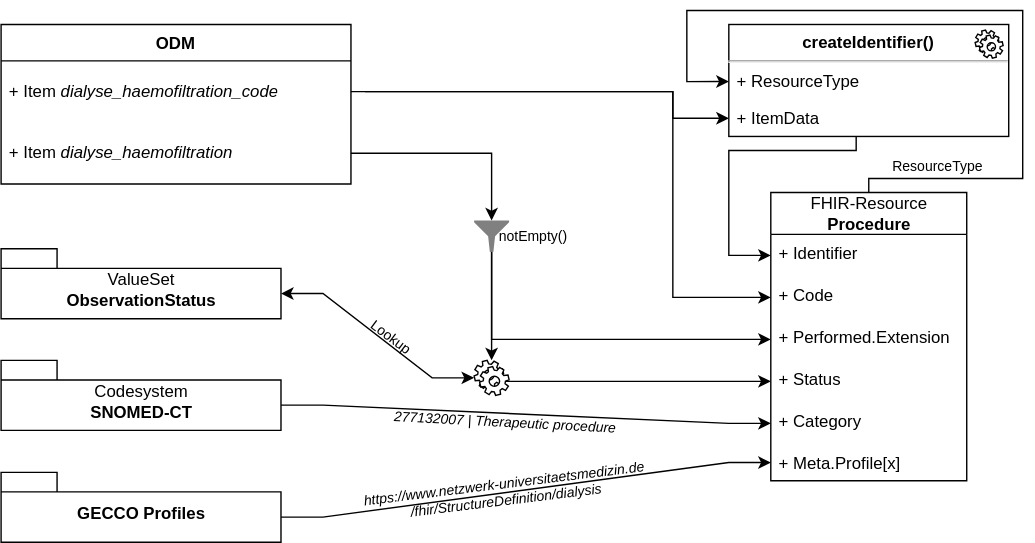
Above: docs/diagrams/svg/therapy/DialysisHemofiltration.svg in num-codex/odm2fhir (draw.io), before the change. Source tidied: cells renumbered, new cells last; positions are measured from the earlier drawing's top-left corner, leaving out a move shared by most shapes. The source it was exported from:
```xml
<mxGraphModel>
  <root>
    <mxCell id="0" />
    <mxCell id="1" parent="0" />
    <mxCell id="2" value="&lt;p style=&quot;margin: 0px ; margin-top: 6px ; text-align: center&quot;&gt;&lt;b&gt;createIdentifier()&lt;/b&gt;&lt;/p&gt;&lt;hr&gt;&lt;p style=&quot;margin: 0px ; margin-left: 8px&quot;&gt;&lt;span style=&quot;color: rgba(0 , 0 , 0 , 0) ; font-family: monospace ; font-size: 0px&quot;&gt;%3CmxGraphModel%3E%3Croot%3E%3CmxCell%20id%3D%220%22%2F%3E%3CmxCell%20id%3D%221%22%20parent%3D%220%22%2F%3E%3CmxCell%20id%3D%222%22%20value%3D%22%2B%20Id%22%20style%3D%22text%3BstrokeColor%3Dnone%3BfillColor%3Dnone%3Balign%3Dleft%3BverticalAlign%3Dtop%3BspacingLeft%3D4%3BspacingRight%3D4%3Boverflow%3Dhidden%3Brotatable%3D0%3Bpoints%3D%5B%5B0%2C0.5%5D%2C%5B1%2C0.5%5D%5D%3BportConstraint%3Deastwest%3B%22%20vertex%3D%221%22%20parent%3D%221%22%3E%3CmxGeometry%20x%3D%22520%22%20y%3D%22270%22%20width%3D%22140%22%20height%3D%2230%22%20as%3D%22geometry%22%2F%3E%3C%2FmxCell%3E%3CmxCell%20id%3D%223%22%20value%3D%22%2B%20Identifier%22%20style%3D%22text%3BstrokeColor%3Dnone%3BfillColor%3Dnone%3Balign%3Dleft%3BverticalAlign%3Dtop%3BspacingLeft%3D4%3BspacingRight%3D4%3Boverflow%3Dhidden%3Brotatable%3D0%3Bpoints%3D%5B%5B0%2C0.5%5D%2C%5B1%2C0.5%5D%5D%3BportConstraint%3Deastwest%3B%22%20vertex%3D%221%22%20parent%3D%221%22%3E%3CmxGeometry%20x%3D%22520%22%20y%3D%22300%22%20width%3D%22140%22%20height%3D%2230%22%20as%3D%22geometry%22%2F%3E%3C%2FmxCell%3E%3C%2Froot%3E%3C%2FmxGraphModel%3E&lt;/span&gt;&lt;br&gt;&lt;/p&gt;" style="align=left;overflow=fill;html=1;labelBorderColor=none;" parent="1" vertex="1">
      <mxGeometry x="520" y="10" width="200" height="80" as="geometry" />
    </mxCell>
    <mxCell id="3" style="shape=mxgraph.bpmn.service_task;html=1;fontFamily=Helvetica;fontSize=12;fontColor=#000000;align=center;strokeColor=#000000;fillColor=#ffffff;" parent="2" vertex="1">
      <mxGeometry x="1" width="20" height="20" relative="1" as="geometry">
        <mxPoint x="-24" y="4" as="offset" />
      </mxGeometry>
    </mxCell>
    <mxCell id="4" value="+ ItemData" style="text;strokeColor=none;fillColor=none;align=left;verticalAlign=top;spacingLeft=4;spacingRight=4;overflow=hidden;points=[[0,0.5],[1,0.5]];portConstraint=eastwest;" parent="1" vertex="1">
      <mxGeometry x="520" y="63.5" width="200" height="27" as="geometry" />
    </mxCell>
    <mxCell id="5" style="edgeStyle=orthogonalEdgeStyle;rounded=0;jettySize=auto;html=1;exitX=0.5;exitY=0;exitDx=0;exitDy=0;entryX=0;entryY=0.5;entryDx=0;entryDy=0;" parent="1" edge="1" source="7" target="32">
      <mxGeometry relative="1" as="geometry">
        <Array as="points">
          <mxPoint x="620" y="120" />
          <mxPoint x="730" y="120" />
          <mxPoint x="730" />
          <mxPoint x="490" />
          <mxPoint x="490" y="51" />
        </Array>
      </mxGeometry>
    </mxCell>
    <mxCell id="6" value="ResourceType" style="edgeLabel;html=1;align=center;verticalAlign=middle;fontSize=10;" parent="5" vertex="1">
      <mxGeometry x="-0.89" y="-1" relative="1" as="geometry">
        <mxPoint x="26.8" y="-11" as="offset" />
      </mxGeometry>
    </mxCell>
    <mxCell id="7" value="&lt;span style=&quot;font-weight: normal&quot;&gt;FHIR-Resource&lt;/span&gt;&lt;br&gt;Procedure" style="swimlane;fontStyle=1;horizontal=1;startSize=30;fillColor=none;html=1;" parent="1" vertex="1">
      <mxGeometry x="550" y="130" width="140" height="206" as="geometry" />
    </mxCell>
    <mxCell id="8" value="+ Identifier" style="text;strokeColor=none;fillColor=none;align=left;verticalAlign=top;spacingLeft=4;spacingRight=4;overflow=hidden;points=[[0,0.5],[1,0.5]];portConstraint=eastwest;" parent="7" vertex="1">
      <mxGeometry y="30" width="140" height="30" as="geometry" />
    </mxCell>
    <mxCell id="9" value="+ Code" style="text;strokeColor=none;fillColor=none;align=left;verticalAlign=top;spacingLeft=4;spacingRight=4;overflow=hidden;points=[[0,0.5],[1,0.5]];portConstraint=eastwest;" parent="7" vertex="1">
      <mxGeometry y="60" width="140" height="30" as="geometry" />
    </mxCell>
    <mxCell id="10" value="+ Performed.Extension" style="text;strokeColor=none;fillColor=none;align=left;verticalAlign=top;spacingLeft=4;spacingRight=4;overflow=hidden;points=[[0,0.5],[1,0.5]];portConstraint=eastwest;" parent="7" vertex="1">
      <mxGeometry y="90" width="140" height="30" as="geometry" />
    </mxCell>
    <mxCell id="11" value="+ Status" style="text;strokeColor=none;fillColor=none;align=left;verticalAlign=top;spacingLeft=4;spacingRight=4;overflow=hidden;points=[[0,0.5],[1,0.5]];portConstraint=eastwest;" parent="7" vertex="1">
      <mxGeometry y="120" width="140" height="30" as="geometry" />
    </mxCell>
    <mxCell id="12" value="+ Category" style="text;strokeColor=none;fillColor=none;align=left;verticalAlign=top;spacingLeft=4;spacingRight=4;overflow=hidden;points=[[0,0.5],[1,0.5]];portConstraint=eastwest;" parent="7" vertex="1">
      <mxGeometry y="150" width="140" height="30" as="geometry" />
    </mxCell>
    <mxCell id="13" value="+ Meta.Profile[x]" style="text;strokeColor=none;fillColor=none;align=left;verticalAlign=top;spacingLeft=4;spacingRight=4;overflow=hidden;points=[[0,0.5],[1,0.5]];portConstraint=eastwest;" parent="7" vertex="1">
      <mxGeometry y="180" width="140" height="26" as="geometry" />
    </mxCell>
    <mxCell id="14" value="ODM" style="swimlane;fontStyle=1;horizontal=1;startSize=26;fillColor=none;" parent="1" vertex="1">
      <mxGeometry y="10" width="250" height="114" as="geometry" />
    </mxCell>
    <mxCell id="15" value="+ Item &lt;i&gt;dialyse_haemofiltration_code&lt;/i&gt;" style="text;strokeColor=none;fillColor=none;align=left;verticalAlign=middle;spacingLeft=4;spacingRight=4;overflow=hidden;points=[[0,0.5],[1,0.5]];portConstraint=eastwest;fontStyle=0;whiteSpace=wrap;html=1;" parent="14" vertex="1">
      <mxGeometry y="26" width="250" height="44" as="geometry" />
    </mxCell>
    <mxCell id="16" value="+ Item &lt;i&gt;dialyse_haemofiltration&lt;/i&gt;" style="text;strokeColor=none;fillColor=none;align=left;verticalAlign=middle;spacingLeft=4;spacingRight=4;overflow=hidden;points=[[0,0.5],[1,0.5]];portConstraint=eastwest;fontStyle=0;whiteSpace=wrap;html=1;" parent="14" vertex="1">
      <mxGeometry y="70" width="250" height="44" as="geometry" />
    </mxCell>
    <mxCell id="17" style="edgeStyle=entityRelationEdgeStyle;rounded=0;jettySize=auto;html=1;exitX=0;exitY=0;exitDx=200;exitDy=32;exitPerimeter=0;entryX=0;entryY=0.5;entryDx=0;entryDy=0;startArrow=none;startFill=0;endArrow=classic;endFill=1;fontStyle=2;" parent="1" edge="1" source="19" target="13">
      <mxGeometry relative="1" as="geometry" />
    </mxCell>
    <mxCell id="18" value="&lt;div&gt;&lt;font style=&quot;font-size: 10px&quot;&gt;&lt;span style=&quot;color: rgb(0 , 0 , 0) ; font-weight: 400 ; letter-spacing: normal ; text-align: center ; text-indent: 0px ; text-transform: none ; word-spacing: 0px ; display: inline ; float: none ; font-size: 10px&quot;&gt;https://www.netzwerk-universitaetsmedizin.de&lt;br&gt;&lt;/span&gt;&lt;/font&gt;&lt;font style=&quot;font-size: 10px&quot;&gt;&lt;span style=&quot;color: rgb(0 , 0 , 0) ; font-weight: 400 ; letter-spacing: normal ; text-align: center ; text-indent: 0px ; text-transform: none ; word-spacing: 0px ; display: inline ; float: none ; font-size: 10px&quot;&gt;/&lt;/span&gt;&lt;span style=&quot;color: rgb(0 , 0 , 0) ; font-weight: 400 ; letter-spacing: normal ; text-align: center ; text-indent: 0px ; text-transform: none ; word-spacing: 0px ; display: inline ; float: none ; font-size: 10px&quot;&gt;fhir/StructureDefinition/dialysis&lt;/span&gt;&lt;/font&gt;&lt;/div&gt;" style="edgeLabel;html=1;align=center;verticalAlign=middle;fontSize=10;rotation=353;fontStyle=2;fontFamily=Helvetica;labelBackgroundColor=none;" parent="17" vertex="1">
      <mxGeometry x="-0.26" y="-1" relative="1" as="geometry">
        <mxPoint x="29.8" y="-5.9" as="offset" />
      </mxGeometry>
    </mxCell>
    <mxCell id="19" value="GECCO Profiles" style="shape=folder;fontStyle=1;spacingTop=10;tabWidth=40;tabHeight=14;tabPosition=left;html=1;" parent="1" vertex="1">
      <mxGeometry y="330" width="200" height="50" as="geometry" />
    </mxCell>
    <mxCell id="20" style="edgeStyle=orthogonalEdgeStyle;rounded=0;jettySize=auto;html=1;entryX=0;entryY=0.5;entryDx=0;entryDy=0;" parent="1" edge="1" source="2" target="8">
      <mxGeometry relative="1" as="geometry">
        <Array as="points">
          <mxPoint x="611" y="100" />
          <mxPoint x="520" y="100" />
          <mxPoint x="520" y="175" />
        </Array>
      </mxGeometry>
    </mxCell>
    <mxCell id="21" value="&lt;span style=&quot;font-weight: normal&quot;&gt;Codesystem&lt;/span&gt;&lt;br&gt;SNOMED-CT" style="shape=folder;fontStyle=1;spacingTop=10;tabWidth=40;tabHeight=14;tabPosition=left;html=1;" parent="1" vertex="1">
      <mxGeometry y="250" width="200" height="50" as="geometry" />
    </mxCell>
    <mxCell id="22" style="edgeStyle=entityRelationEdgeStyle;rounded=0;jettySize=auto;html=1;exitX=0;exitY=0;exitDx=200;exitDy=32;exitPerimeter=0;" parent="1" edge="1" source="21" target="12">
      <mxGeometry relative="1" as="geometry" />
    </mxCell>
    <mxCell id="23" value="277132007 | Therapeutic procedure" style="edgeLabel;html=1;align=center;verticalAlign=middle;fontSize=10;fontColor=#000000;fontStyle=2;rotation=3;labelBackgroundColor=none;" parent="22" vertex="1">
      <mxGeometry x="-0.1" y="-2" relative="1" as="geometry">
        <mxPoint x="3" y="4" as="offset" />
      </mxGeometry>
    </mxCell>
    <mxCell id="24" style="edgeStyle=orthogonalEdgeStyle;rounded=0;jettySize=auto;html=1;fontSize=10;entryX=0;entryY=0.5;entryDx=0;entryDy=0;" parent="1" edge="1" target="11">
      <mxGeometry relative="1" as="geometry">
        <mxPoint x="370" y="265" as="sourcePoint" />
        <Array as="points">
          <mxPoint x="350" y="265" />
        </Array>
      </mxGeometry>
    </mxCell>
    <mxCell id="25" style="edgeStyle=orthogonalEdgeStyle;rounded=0;jumpStyle=sharp;jettySize=auto;html=1;exitX=0.5;exitY=1;exitDx=0;exitDy=0;exitPerimeter=0;entryX=0;entryY=0.5;entryDx=0;entryDy=0;startArrow=none;startFill=0;fontSize=10;" parent="1" edge="1" source="26" target="10">
      <mxGeometry relative="1" as="geometry" />
    </mxCell>
    <mxCell id="26" style="shadow=0;dashed=0;html=1;strokeColor=none;labelPosition=center;verticalLabelPosition=bottom;verticalAlign=top;align=center;shape=mxgraph.mscae.enterprise.filter;fillColor=#808080;" parent="1" vertex="1">
      <mxGeometry x="338" y="150" width="25" height="22.5" as="geometry" />
    </mxCell>
    <mxCell id="27" style="edgeStyle=orthogonalEdgeStyle;rounded=0;jettySize=auto;html=1;exitX=1;exitY=0.5;exitDx=0;exitDy=0;entryX=0.5;entryY=0;entryDx=0;entryDy=0;entryPerimeter=0;" parent="1" edge="1" source="16" target="26">
      <mxGeometry relative="1" as="geometry">
        <Array as="points">
          <mxPoint x="351" y="102" />
        </Array>
      </mxGeometry>
    </mxCell>
    <mxCell id="28" value="&lt;font style=&quot;font-size: 10px&quot;&gt;notEmpty()&lt;/font&gt;" style="text;html=1;align=center;verticalAlign=middle;" parent="1" vertex="1">
      <mxGeometry x="349.5" y="151.2" width="60" height="20" as="geometry" />
    </mxCell>
    <mxCell id="29" style="edgeStyle=entityRelationEdgeStyle;rounded=0;jumpStyle=sharp;jettySize=auto;html=1;exitX=0;exitY=0;exitDx=200;exitDy=32;exitPerimeter=0;startArrow=classic;startFill=1;fontSize=10;" parent="1" edge="1" source="31" target="34">
      <mxGeometry relative="1" as="geometry" />
    </mxCell>
    <mxCell id="30" value="Lookup" style="edgeLabel;html=1;align=center;verticalAlign=middle;fontSize=10;labelBackgroundColor=none;rotation=37;" parent="29" vertex="1">
      <mxGeometry x="0.02" y="-1" relative="1" as="geometry">
        <mxPoint x="9" y="-2" as="offset" />
      </mxGeometry>
    </mxCell>
    <mxCell id="31" value="&lt;span style=&quot;font-weight: normal&quot;&gt;ValueSet&lt;/span&gt;&lt;br&gt;ObservationStatus" style="shape=folder;fontStyle=1;spacingTop=10;tabWidth=40;tabHeight=14;tabPosition=left;html=1;" parent="1" vertex="1">
      <mxGeometry y="170.2" width="200" height="50" as="geometry" />
    </mxCell>
    <mxCell id="32" value="+ ResourceType" style="text;strokeColor=none;fillColor=none;align=left;verticalAlign=top;spacingLeft=4;spacingRight=4;overflow=hidden;points=[[0,0.5],[1,0.5]];portConstraint=eastwest;" parent="1" vertex="1">
      <mxGeometry x="520" y="37.2" width="200" height="27" as="geometry" />
    </mxCell>
    <mxCell id="33" style="edgeStyle=orthogonalEdgeStyle;rounded=0;jettySize=auto;html=1;fontSize=10;jumpStyle=sharp;entryX=0;entryY=0.5;entryDx=0;entryDy=0;" parent="1" edge="1" target="9">
      <mxGeometry relative="1" as="geometry">
        <mxPoint x="260" y="58" as="sourcePoint" />
        <Array as="points">
          <mxPoint x="480" y="58" />
          <mxPoint x="480" y="205" />
        </Array>
      </mxGeometry>
    </mxCell>
    <mxCell id="34" style="shape=mxgraph.bpmn.service_task;html=1;outlineConnect=0;labelBackgroundColor=none;fontSize=10;align=center;" parent="1" vertex="1">
      <mxGeometry x="338" y="250" width="25" height="25" as="geometry" />
    </mxCell>
    <mxCell id="35" style="edgeStyle=orthogonalEdgeStyle;rounded=0;jettySize=auto;html=1;exitX=0.5;exitY=1;exitDx=0;exitDy=0;exitPerimeter=0;fontSize=10;" parent="1" edge="1" source="26" target="34">
      <mxGeometry relative="1" as="geometry" />
    </mxCell>
    <mxCell id="36" style="edgeStyle=orthogonalEdgeStyle;rounded=0;jumpStyle=sharp;jettySize=auto;html=1;exitX=1;exitY=0.5;exitDx=0;exitDy=0;entryX=0;entryY=0.5;entryDx=0;entryDy=0;startArrow=none;startFill=0;fontSize=10;" parent="1" edge="1" source="15" target="4">
      <mxGeometry relative="1" as="geometry">
        <Array as="points">
          <mxPoint x="480" y="58" />
          <mxPoint x="480" y="77" />
        </Array>
      </mxGeometry>
    </mxCell>
  </root>
</mxGraphModel>
```
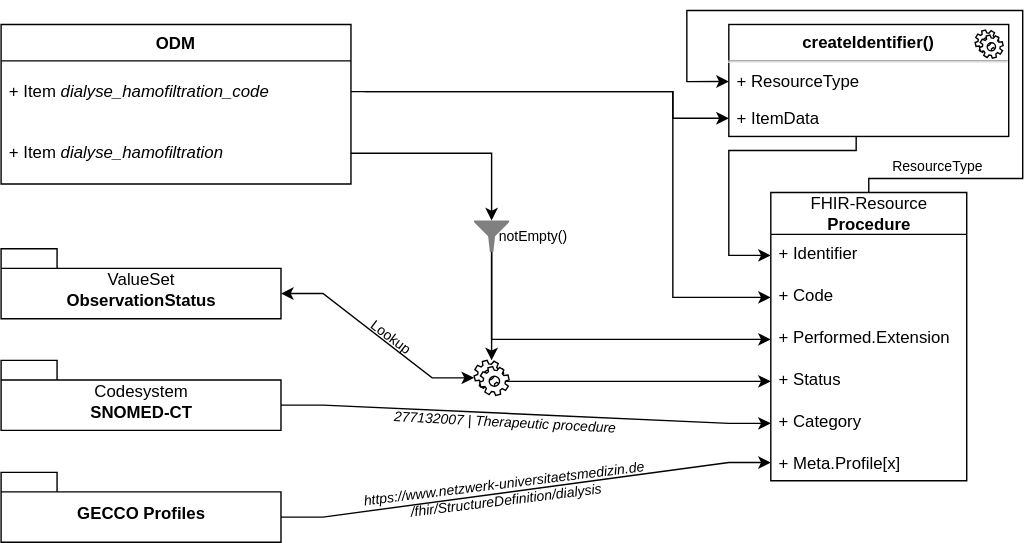
After the commit.

Diff of the diagram source:
```diff
@@ -53,10 +53,10 @@
     <mxCell id="14" value="ODM" style="swimlane;fontStyle=1;horizontal=1;startSize=26;fillColor=none;" parent="1" vertex="1">
       <mxGeometry y="10" width="250" height="114" as="geometry" />
     </mxCell>
-    <mxCell id="15" value="+ Item &lt;i&gt;dialyse_haemofiltration_code&lt;/i&gt;" style="text;strokeColor=none;fillColor=none;align=left;verticalAlign=middle;spacingLeft=4;spacingRight=4;overflow=hidden;points=[[0,0.5],[1,0.5]];portConstraint=eastwest;fontStyle=0;whiteSpace=wrap;html=1;" parent="14" vertex="1">
+    <mxCell id="15" value="+ Item &lt;i&gt;dialyse_hamofiltration_code&lt;/i&gt;" style="text;strokeColor=none;fillColor=none;align=left;verticalAlign=middle;spacingLeft=4;spacingRight=4;overflow=hidden;points=[[0,0.5],[1,0.5]];portConstraint=eastwest;fontStyle=0;whiteSpace=wrap;html=1;" parent="14" vertex="1">
       <mxGeometry y="26" width="250" height="44" as="geometry" />
     </mxCell>
-    <mxCell id="16" value="+ Item &lt;i&gt;dialyse_haemofiltration&lt;/i&gt;" style="text;strokeColor=none;fillColor=none;align=left;verticalAlign=middle;spacingLeft=4;spacingRight=4;overflow=hidden;points=[[0,0.5],[1,0.5]];portConstraint=eastwest;fontStyle=0;whiteSpace=wrap;html=1;" parent="14" vertex="1">
+    <mxCell id="16" value="+ Item &lt;i&gt;dialyse_hamofiltration&lt;/i&gt;" style="text;strokeColor=none;fillColor=none;align=left;verticalAlign=middle;spacingLeft=4;spacingRight=4;overflow=hidden;points=[[0,0.5],[1,0.5]];portConstraint=eastwest;fontStyle=0;whiteSpace=wrap;html=1;" parent="14" vertex="1">
       <mxGeometry y="70" width="250" height="44" as="geometry" />
     </mxCell>
     <mxCell id="17" style="edgeStyle=entityRelationEdgeStyle;rounded=0;jettySize=auto;html=1;exitX=0;exitY=0;exitDx=200;exitDy=32;exitPerimeter=0;entryX=0;entryY=0.5;entryDx=0;entryDy=0;startArrow=none;startFill=0;endArrow=classic;endFill=1;fontStyle=2;" parent="1" edge="1" source="19" target="13">
```
